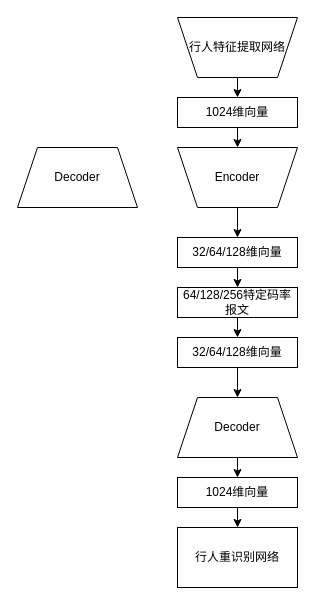
Earlier version of the draw.io diagram deploy.drawio (foreignbill/drawio). Source tidied: cells renumbered, new cells numbered last; positions are measured from the earlier drawing's top-left corner, leaving out a move shared by most shapes. Both pictures are drawn from the tidied source at 100%, with x=0, y=0 at pixel (17, 17).
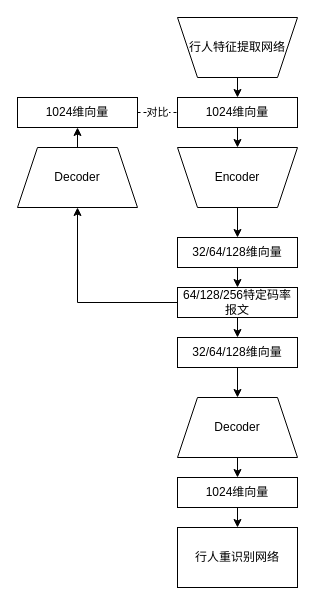
Above is the later version.

Unchanged cells that the change refers to:
```xml
<mxCell id="11" value="64/128/256特定码率报文" style="rounded=0;whiteSpace=wrap;html=1;" parent="1" vertex="1">
  <mxGeometry x="160" y="270" width="120" height="30" as="geometry" />
</mxCell>
<mxCell id="15" value="Decoder" style="shape=trapezoid;perimeter=trapezoidPerimeter;whiteSpace=wrap;html=1;fixedSize=1;" parent="1" vertex="1">
  <mxGeometry y="130" width="120" height="60" as="geometry" />
</mxCell>
<mxCell id="17" value="1024维向量" style="rounded=0;whiteSpace=wrap;html=1;" parent="1" vertex="1">
  <mxGeometry x="160" y="80" width="120" height="30" as="geometry" />
</mxCell>
```

The edit, as a diff of the source:
```diff
@@
+    <mxCell id="20" style="edgeStyle=orthogonalEdgeStyle;rounded=0;jettySize=auto;html=1;exitX=0;exitY=0.5;exitDx=0;exitDy=0;entryX=0.5;entryY=1;entryDx=0;entryDy=0;" parent="1" edge="1" source="11" target="15">
+      <mxGeometry relative="1" as="geometry" />
+    </mxCell>
@@
+    <mxCell id="21" style="edgeStyle=orthogonalEdgeStyle;rounded=0;jettySize=auto;html=1;exitX=0.5;exitY=0;exitDx=0;exitDy=0;entryX=0.5;entryY=1;entryDx=0;entryDy=0;" parent="1" edge="1" source="15" target="22">
+      <mxGeometry relative="1" as="geometry" />
+    </mxCell>
@@
+    <mxCell id="22" value="1024维向量" style="rounded=0;whiteSpace=wrap;html=1;" parent="1" vertex="1">
+      <mxGeometry y="80" width="120" height="30" as="geometry" />
+    </mxCell>
+    <mxCell id="23" value="对比" style="endArrow=none;dashed=1;html=1;rounded=0;exitX=1;exitY=0.5;exitDx=0;exitDy=0;entryX=0;entryY=0.5;entryDx=0;entryDy=0;" parent="1" edge="1" source="22" target="17">
+      <mxGeometry relative="1" as="geometry" />
+    </mxCell>
```
